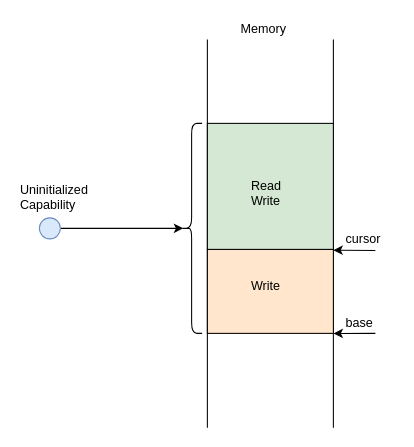
capt-hb/thesis keeps this draw.io diagram as drawio/uninit-cap-concept-v2.drawio. Above is the earlier version. Source tidied: cells renumbered, new cells numbered last; positions are measured from the earlier drawing's top-left corner, leaving out a move shared by most shapes. Both pictures are drawn from the tidied source at 105%, with x=0, y=0 at pixel (18, 18).
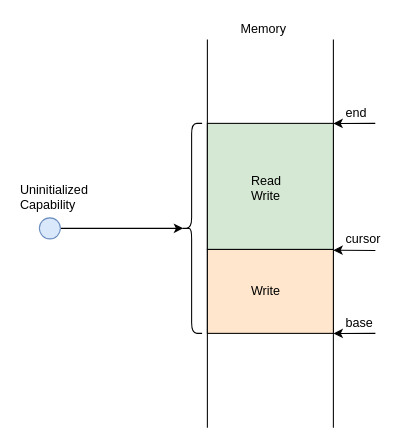
Above is the later version.

The edit, as a diff of the source:
```diff
@@
     <mxCell id="13" value="Read&lt;br&gt;Write" style="text;html=1;align=left;verticalAlign=top;spacingTop=-4;" parent="1" vertex="1">
-      <mxGeometry x="220" y="150" width="40" height="30" as="geometry" />
+      <mxGeometry x="220" y="145" width="40" height="30" as="geometry" />
     </mxCell>
     <mxCell id="14" value="Write" style="text;html=1;align=left;verticalAlign=top;spacingTop=-4;" parent="1" vertex="1">
-      <mxGeometry x="220" y="245" width="40" height="20" as="geometry" />
+      <mxGeometry x="220" y="250" width="40" height="20" as="geometry" />
     </mxCell>
@@
+    <mxCell id="17" style="endArrow=classic;html=1;entryX=1.001;entryY=1.001;entryDx=0;entryDy=0;entryPerimeter=0;" parent="1" edge="1">
+      <mxGeometry relative="1" as="geometry">
+        <mxPoint x="339.9" y="100" as="sourcePoint" />
+        <mxPoint x="300" y="100.1" as="targetPoint" />
+      </mxGeometry>
+    </mxCell>
+    <mxCell id="18" value="end" style="text;html=1;align=left;verticalAlign=top;spacingTop=-4;" parent="1" vertex="1">
+      <mxGeometry x="309.9" y="80" width="40" height="20" as="geometry" />
+    </mxCell>
```
